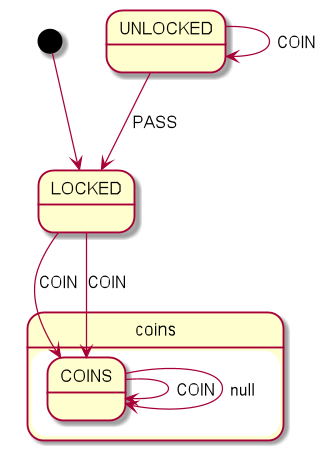
open-jumpco/kfsm-viz keeps this PlantUML diagram as paying_turnstile.png. Above is the earlier version.
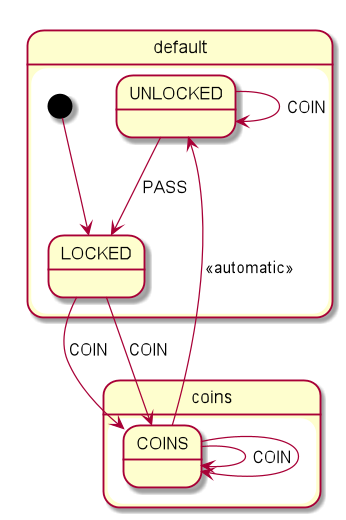
The same diagram one commit later.

The edit, as a diff of the source:
```diff
@@ -1,11 +1,14 @@
 @startuml
 state coins {
   COINS --> COINS : COIN
-  COINS --> COINS : null
+  COINS --> COINS
 }
-[*] --> LOCKED
-LOCKED --> COINS : COIN
-UNLOCKED --> UNLOCKED : COIN
-UNLOCKED --> LOCKED : PASS
-LOCKED --> COINS : COIN
+state default {
+  [*] --> LOCKED
+  LOCKED --> COINS : COIN
+  UNLOCKED --> UNLOCKED : COIN
+  UNLOCKED --> LOCKED : PASS
+  LOCKED --> COINS : COIN
+  COINS --> UNLOCKED : <<automatic>>
+}
 @enduml
```
